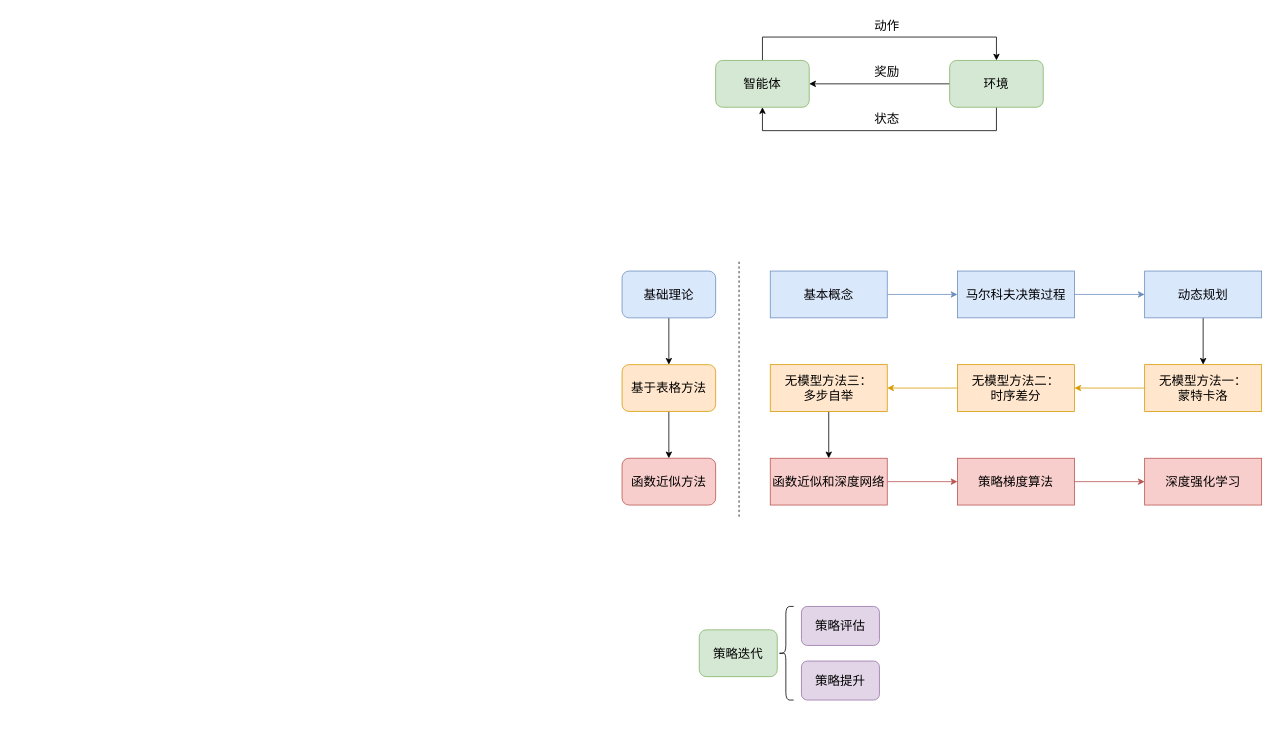
ZiqingYip/moment keeps this draw.io diagram as rl.drawio. Above is the earlier version. Source tidied: cells renumbered, new cells numbered last; positions are measured from the earlier drawing's top-left corner, leaving out a move shared by most shapes. Both pictures are drawn from the tidied source at 78%, with x=0, y=0 at pixel (622, 13).
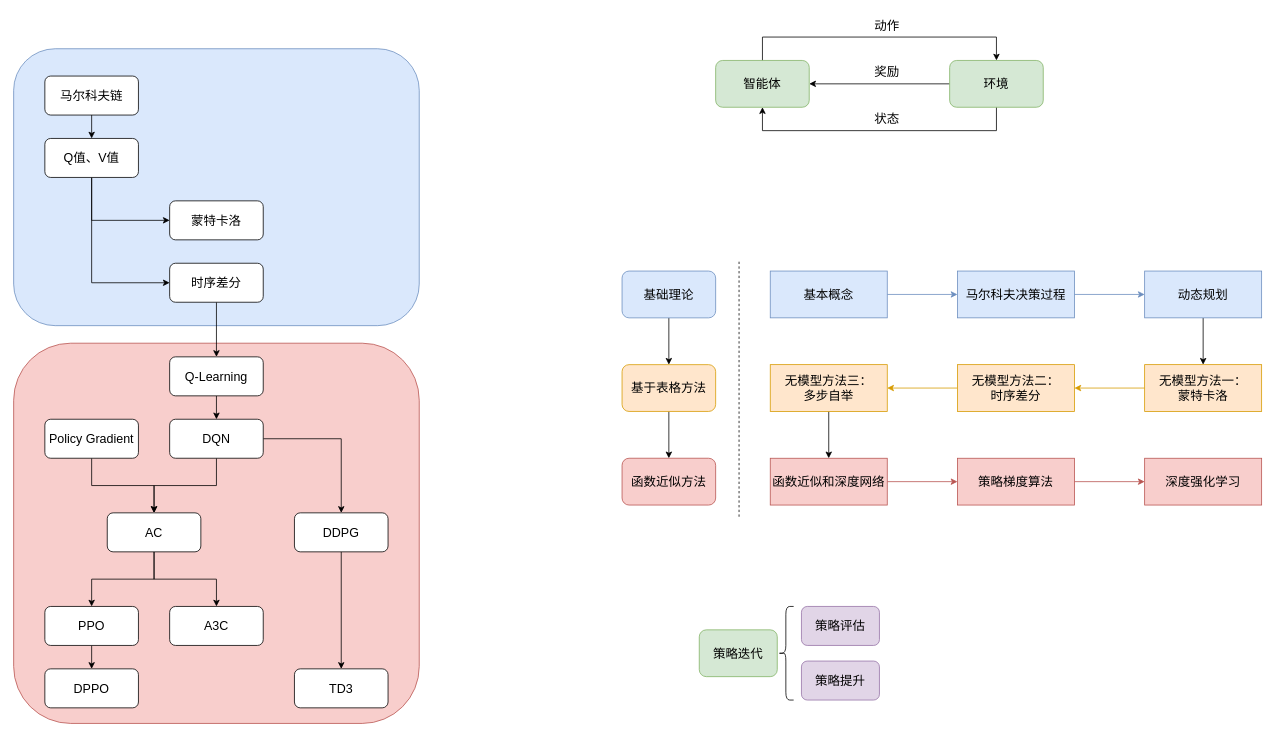
The same page after the edit.

Diff of the diagram source:
```diff
@@
+    <mxCell id="37" style="rounded=1;whiteSpace=wrap;html=1;fillColor=#f8cecc;strokeColor=#b85450;" parent="1" vertex="1">
+      <mxGeometry x="-780" y="422.5" width="520" height="487.5" as="geometry" />
+    </mxCell>
+    <mxCell id="38" style="rounded=1;whiteSpace=wrap;html=1;fillColor=#dae8fc;strokeColor=#6c8ebf;" parent="1" vertex="1">
+      <mxGeometry x="-780" y="45" width="520" height="355" as="geometry" />
+    </mxCell>
@@
+    <mxCell id="39" style="edgeStyle=orthogonalEdgeStyle;rounded=0;jettySize=auto;html=1;exitX=0.5;exitY=1;exitDx=0;exitDy=0;entryX=0.5;entryY=0;entryDx=0;entryDy=0;" parent="1" edge="1" source="40" target="43">
+      <mxGeometry relative="1" as="geometry" />
+    </mxCell>
+    <mxCell id="40" value="马尔科夫链" style="rounded=1;whiteSpace=wrap;html=1;fontSize=16;" parent="1" vertex="1">
+      <mxGeometry x="-740" y="80" width="120" height="50" as="geometry" />
+    </mxCell>
+    <mxCell id="41" style="edgeStyle=orthogonalEdgeStyle;rounded=0;jettySize=auto;html=1;exitX=0.5;exitY=1;exitDx=0;exitDy=0;entryX=0;entryY=0.5;entryDx=0;entryDy=0;" parent="1" edge="1" source="43" target="44">
+      <mxGeometry relative="1" as="geometry" />
+    </mxCell>
+    <mxCell id="42" style="edgeStyle=orthogonalEdgeStyle;rounded=0;jettySize=auto;html=1;exitX=0.5;exitY=1;exitDx=0;exitDy=0;entryX=0;entryY=0.5;entryDx=0;entryDy=0;" parent="1" edge="1" source="43" target="46">
+      <mxGeometry relative="1" as="geometry" />
+    </mxCell>
+    <mxCell id="43" value="Q值、V值" style="rounded=1;whiteSpace=wrap;html=1;fontSize=16;" parent="1" vertex="1">
+      <mxGeometry x="-740" y="160" width="120" height="50" as="geometry" />
+    </mxCell>
+    <mxCell id="44" value="蒙特卡洛" style="rounded=1;whiteSpace=wrap;html=1;fontSize=16;" parent="1" vertex="1">
+      <mxGeometry x="-580" y="240" width="120" height="50" as="geometry" />
+    </mxCell>
+    <mxCell id="45" style="edgeStyle=orthogonalEdgeStyle;rounded=0;jettySize=auto;html=1;exitX=0.5;exitY=1;exitDx=0;exitDy=0;entryX=0.5;entryY=0;entryDx=0;entryDy=0;" parent="1" edge="1" source="46" target="48">
+      <mxGeometry relative="1" as="geometry" />
+    </mxCell>
+    <mxCell id="46" value="时序差分" style="rounded=1;whiteSpace=wrap;html=1;fontSize=16;" parent="1" vertex="1">
+      <mxGeometry x="-580" y="320" width="120" height="50" as="geometry" />
+    </mxCell>
+    <mxCell id="47" style="edgeStyle=orthogonalEdgeStyle;rounded=0;jettySize=auto;html=1;exitX=0.5;exitY=1;exitDx=0;exitDy=0;entryX=0.5;entryY=0;entryDx=0;entryDy=0;" parent="1" edge="1" source="48" target="51">
+      <mxGeometry relative="1" as="geometry" />
+    </mxCell>
+    <mxCell id="48" value="Q-Learning" style="rounded=1;whiteSpace=wrap;html=1;fontSize=16;" parent="1" vertex="1">
+      <mxGeometry x="-580" y="440" width="120" height="50" as="geometry" />
+    </mxCell>
+    <mxCell id="49" style="edgeStyle=orthogonalEdgeStyle;rounded=0;jettySize=auto;html=1;exitX=0.5;exitY=1;exitDx=0;exitDy=0;entryX=0.5;entryY=0;entryDx=0;entryDy=0;" parent="1" edge="1" source="51" target="56">
+      <mxGeometry relative="1" as="geometry" />
+    </mxCell>
+    <mxCell id="50" style="edgeStyle=orthogonalEdgeStyle;rounded=0;jettySize=auto;html=1;exitX=1;exitY=0.5;exitDx=0;exitDy=0;entryX=0.5;entryY=0;entryDx=0;entryDy=0;" parent="1" edge="1" source="51" target="58">
+      <mxGeometry relative="1" as="geometry" />
+    </mxCell>
+    <mxCell id="51" value="DQN" style="rounded=1;whiteSpace=wrap;html=1;fontSize=16;" parent="1" vertex="1">
+      <mxGeometry x="-580" y="520" width="120" height="50" as="geometry" />
+    </mxCell>
+    <mxCell id="52" style="edgeStyle=orthogonalEdgeStyle;rounded=0;jettySize=auto;html=1;exitX=0.5;exitY=1;exitDx=0;exitDy=0;" parent="1" edge="1" source="53" target="56">
+      <mxGeometry relative="1" as="geometry" />
+    </mxCell>
+    <mxCell id="53" value="Policy Gradient" style="rounded=1;whiteSpace=wrap;html=1;fontSize=16;" parent="1" vertex="1">
+      <mxGeometry x="-740" y="520" width="120" height="50" as="geometry" />
+    </mxCell>
+    <mxCell id="54" style="edgeStyle=orthogonalEdgeStyle;rounded=0;jettySize=auto;html=1;exitX=0.5;exitY=1;exitDx=0;exitDy=0;entryX=0.5;entryY=0;entryDx=0;entryDy=0;" parent="1" edge="1" source="56" target="60">
+      <mxGeometry relative="1" as="geometry" />
+    </mxCell>
+    <mxCell id="55" style="edgeStyle=orthogonalEdgeStyle;rounded=0;jettySize=auto;html=1;exitX=0.5;exitY=1;exitDx=0;exitDy=0;entryX=0.5;entryY=0;entryDx=0;entryDy=0;" parent="1" edge="1" source="56" target="61">
+      <mxGeometry relative="1" as="geometry" />
+    </mxCell>
+    <mxCell id="56" value="AC" style="rounded=1;whiteSpace=wrap;html=1;fontSize=16;" parent="1" vertex="1">
+      <mxGeometry x="-660" y="640" width="120" height="50" as="geometry" />
+    </mxCell>
+    <mxCell id="57" style="edgeStyle=orthogonalEdgeStyle;rounded=0;jettySize=auto;html=1;exitX=0.5;exitY=1;exitDx=0;exitDy=0;" parent="1" edge="1" source="58" target="63">
+      <mxGeometry relative="1" as="geometry" />
+    </mxCell>
+    <mxCell id="58" value="DDPG" style="rounded=1;whiteSpace=wrap;html=1;fontSize=16;" parent="1" vertex="1">
+      <mxGeometry x="-420" y="640" width="120" height="50" as="geometry" />
+    </mxCell>
+    <mxCell id="59" style="edgeStyle=orthogonalEdgeStyle;rounded=0;jettySize=auto;html=1;exitX=0.5;exitY=1;exitDx=0;exitDy=0;entryX=0.5;entryY=0;entryDx=0;entryDy=0;" parent="1" edge="1" source="60" target="62">
+      <mxGeometry relative="1" as="geometry" />
+    </mxCell>
+    <mxCell id="60" value="PPO" style="rounded=1;whiteSpace=wrap;html=1;fontSize=16;" parent="1" vertex="1">
+      <mxGeometry x="-740" y="760" width="120" height="50" as="geometry" />
+    </mxCell>
+    <mxCell id="61" value="A3C" style="rounded=1;whiteSpace=wrap;html=1;fontSize=16;" parent="1" vertex="1">
+      <mxGeometry x="-580" y="760" width="120" height="50" as="geometry" />
+    </mxCell>
+    <mxCell id="62" value="DPPO" style="rounded=1;whiteSpace=wrap;html=1;fontSize=16;" parent="1" vertex="1">
+      <mxGeometry x="-740" y="840" width="120" height="50" as="geometry" />
+    </mxCell>
+    <mxCell id="63" value="TD3" style="rounded=1;whiteSpace=wrap;html=1;fontSize=16;" parent="1" vertex="1">
+      <mxGeometry x="-420" y="840" width="120" height="50" as="geometry" />
+    </mxCell>
```
